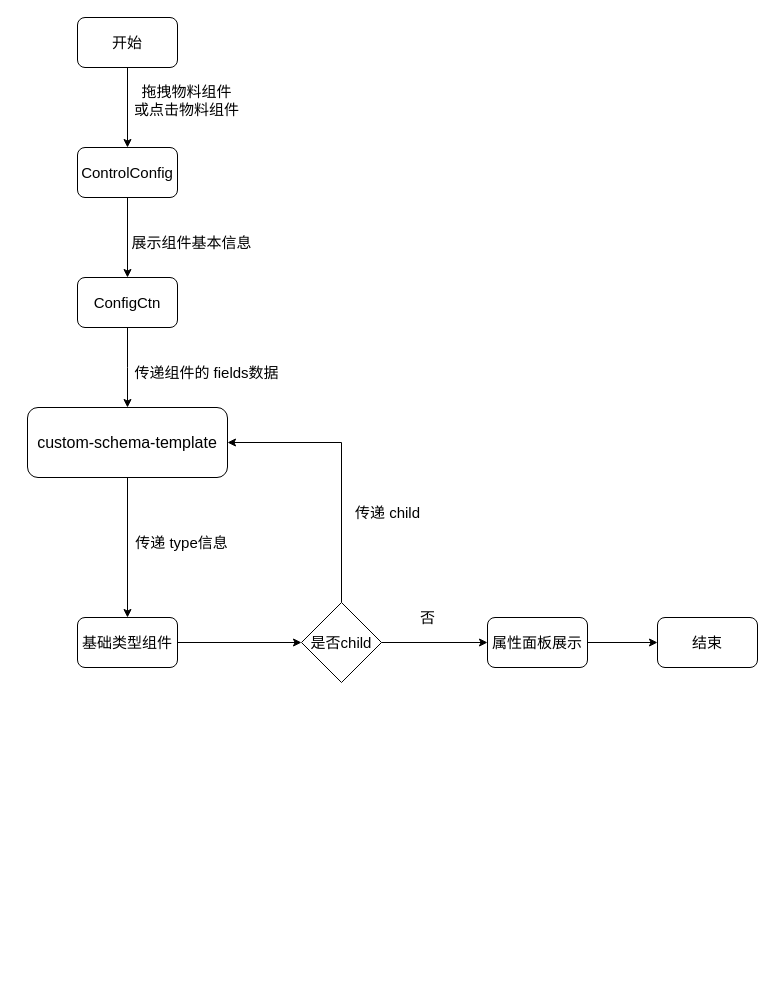
Before: 第五章/属性面板组件流程图.drawio in yuxinyu12345/diagrams, a draw.io diagram. Source tidied: cells renumbered, new cells numbered last; positions are measured from the earlier drawing's top-left corner, leaving out a move shared by most shapes. Both pictures are drawn from the tidied source at 100%, with x=0, y=0 at pixel (27, 17).
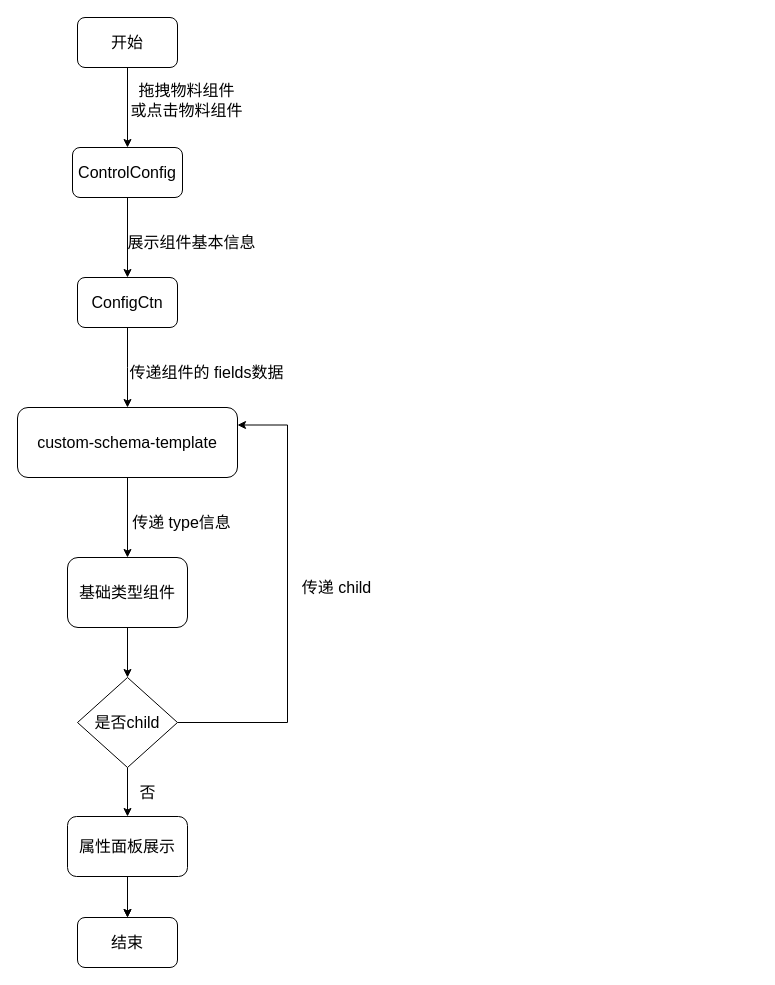
The same page after the edit.

Commit message:
更新属性面板组件流程图.drawio

Change to the diagram source:
```diff
@@
-    <mxCell id="2" style="edgeStyle=orthogonalEdgeStyle;rounded=0;jettySize=auto;html=1;fontSize=15;" parent="1" edge="1" source="3" target="5">
+    <mxCell id="2" style="edgeStyle=orthogonalEdgeStyle;rounded=0;jettySize=auto;html=1;fontSize=16;" parent="1" edge="1" source="3" target="5">
       <mxGeometry relative="1" as="geometry" />
     </mxCell>
-    <mxCell id="3" value="开始" style="rounded=1;whiteSpace=wrap;html=1;fontSize=15;" parent="1" vertex="1">
+    <mxCell id="3" value="开始" style="rounded=1;whiteSpace=wrap;html=1;fontSize=16;" parent="1" vertex="1">
       <mxGeometry x="50" width="100" height="50" as="geometry" />
     </mxCell>
-    <mxCell id="4" style="edgeStyle=orthogonalEdgeStyle;rounded=0;jettySize=auto;html=1;fontSize=15;" parent="1" edge="1" source="5" target="7">
+    <mxCell id="4" style="edgeStyle=orthogonalEdgeStyle;rounded=0;jettySize=auto;html=1;fontSize=16;" parent="1" edge="1" source="5" target="7">
       <mxGeometry relative="1" as="geometry" />
     </mxCell>
-    <mxCell id="5" value="ControlConfig" style="rounded=1;whiteSpace=wrap;html=1;fontSize=15;" parent="1" vertex="1">
-      <mxGeometry x="50" y="130" width="100" height="50" as="geometry" />
+    <mxCell id="5" value="ControlConfig" style="rounded=1;whiteSpace=wrap;html=1;fontSize=16;" parent="1" vertex="1">
+      <mxGeometry x="45" y="130" width="110" height="50" as="geometry" />
     </mxCell>
-    <mxCell id="6" style="edgeStyle=orthogonalEdgeStyle;rounded=0;jettySize=auto;html=1;fontSize=15;" parent="1" edge="1" source="7">
+    <mxCell id="6" style="edgeStyle=orthogonalEdgeStyle;rounded=0;jettySize=auto;html=1;fontSize=16;" parent="1" edge="1" source="7">
       <mxGeometry relative="1" as="geometry">
         <mxPoint x="100" y="390" as="targetPoint" />
       </mxGeometry>
     </mxCell>
-    <mxCell id="7" value="ConfigCtn" style="rounded=1;whiteSpace=wrap;html=1;fontSize=15;" parent="1" vertex="1">
+    <mxCell id="7" value="ConfigCtn" style="rounded=1;whiteSpace=wrap;html=1;fontSize=16;" parent="1" vertex="1">
       <mxGeometry x="50" y="260" width="100" height="50" as="geometry" />
     </mxCell>
-    <mxCell id="8" style="edgeStyle=orthogonalEdgeStyle;rounded=0;jettySize=auto;html=1;fontSize=15;" parent="1" edge="1" source="9" target="11">
+    <mxCell id="8" style="edgeStyle=orthogonalEdgeStyle;rounded=0;jettySize=auto;html=1;fontSize=16;" parent="1" edge="1" source="9" target="11">
       <mxGeometry relative="1" as="geometry" />
     </mxCell>
-    <mxCell id="9" value="&lt;p style=&quot;margin: 0pt 0pt 0.0001pt; text-align: justify; font-family: &amp;quot;Times New Roman&amp;quot;; font-size: 10.5pt;&quot; class=&quot;MsoNormal&quot;&gt;&lt;span style=&quot;font-family: &amp;quot;Times New Roman Regular&amp;quot;; font-size: 12pt;&quot;&gt;custom-schema-template&lt;/span&gt;&lt;/p&gt;" style="rounded=1;whiteSpace=wrap;html=1;fontSize=15;" parent="1" vertex="1">
-      <mxGeometry y="390" width="200" height="70" as="geometry" />
+    <mxCell id="9" value="&lt;p style=&quot;margin: 0pt 0pt 0.0001pt; text-align: justify; font-family: &amp;quot;Times New Roman&amp;quot;; font-size: 16px;&quot; class=&quot;MsoNormal&quot;&gt;&lt;span style=&quot;font-family: &amp;quot;Times New Roman Regular&amp;quot;; font-size: 16px;&quot;&gt;custom-schema-template&lt;/span&gt;&lt;/p&gt;" style="rounded=1;whiteSpace=wrap;html=1;fontSize=16;" parent="1" vertex="1">
+      <mxGeometry x="-10" y="390" width="220" height="70" as="geometry" />
     </mxCell>
-    <mxCell id="10" style="edgeStyle=orthogonalEdgeStyle;rounded=0;jettySize=auto;html=1;fontSize=15;" parent="1" edge="1" source="11" target="21">
+    <mxCell id="10" style="edgeStyle=orthogonalEdgeStyle;rounded=0;jettySize=auto;html=1;fontSize=16;" parent="1" edge="1" source="11" target="21">
       <mxGeometry relative="1" as="geometry" />
     </mxCell>
-    <mxCell id="11" value="基础类型组件" style="rounded=1;whiteSpace=wrap;html=1;fontSize=15;" parent="1" vertex="1">
-      <mxGeometry x="50" y="600" width="100" height="50" as="geometry" />
+    <mxCell id="11" value="基础类型组件" style="rounded=1;whiteSpace=wrap;html=1;fontSize=16;" parent="1" vertex="1">
+      <mxGeometry x="40" y="540" width="120" height="70" as="geometry" />
     </mxCell>
-    <mxCell id="12" style="edgeStyle=orthogonalEdgeStyle;rounded=0;jettySize=auto;html=1;fontSize=15;" parent="1" edge="1" source="13" target="14">
+    <mxCell id="12" style="edgeStyle=orthogonalEdgeStyle;rounded=0;jettySize=auto;html=1;fontSize=16;" parent="1" edge="1" source="13" target="14">
       <mxGeometry relative="1" as="geometry" />
     </mxCell>
+    <mxCell id="24" style="edgeStyle=orthogonalEdgeStyle;rounded=0;jettySize=auto;html=1;fontSize=16;" parent="1" edge="1" source="13" target="14">
+      <mxGeometry relative="1" as="geometry" />
+    </mxCell>
-    <mxCell id="13" value="属性面板展示" style="rounded=1;whiteSpace=wrap;html=1;fontSize=15;" parent="1" vertex="1">
-      <mxGeometry x="460" y="600" width="100" height="50" as="geometry" />
+    <mxCell id="13" value="属性面板展示" style="rounded=1;whiteSpace=wrap;html=1;fontSize=16;" parent="1" vertex="1">
+      <mxGeometry x="40" y="799" width="120" height="60" as="geometry" />
     </mxCell>
-    <mxCell id="14" value="结束" style="rounded=1;whiteSpace=wrap;html=1;fontSize=15;" parent="1" vertex="1">
-      <mxGeometry x="630" y="600" width="100" height="50" as="geometry" />
+    <mxCell id="14" value="结束" style="rounded=1;whiteSpace=wrap;html=1;fontSize=16;" parent="1" vertex="1">
+      <mxGeometry x="50" y="900" width="100" height="50" as="geometry" />
     </mxCell>
-    <mxCell id="15" value="拖拽物料组件&lt;br style=&quot;font-size: 15px;&quot;&gt;或点击物料组件" style="text;html=1;align=center;verticalAlign=middle;strokeColor=none;fillColor=none;fontSize=15;" parent="1" vertex="1">
-      <mxGeometry x="94" y="58" width="130" height="50" as="geometry" />
+    <mxCell id="15" value="拖拽物料组件&lt;br style=&quot;font-size: 16px;&quot;&gt;或点击物料组件" style="text;html=1;align=center;verticalAlign=middle;strokeColor=none;fillColor=none;fontSize=16;" parent="1" vertex="1">
+      <mxGeometry x="89" y="58" width="140" height="50" as="geometry" />
     </mxCell>
-    <mxCell id="16" value="展示组件基本信息" style="text;html=1;align=center;verticalAlign=middle;strokeColor=none;fillColor=none;fontSize=15;" parent="1" vertex="1">
-      <mxGeometry x="94" y="210" width="140" height="30" as="geometry" />
+    <mxCell id="16" value="展示组件基本信息" style="text;html=1;align=center;verticalAlign=middle;strokeColor=none;fillColor=none;fontSize=16;" parent="1" vertex="1">
+      <mxGeometry x="89" y="210" width="150" height="30" as="geometry" />
     </mxCell>
-    <mxCell id="17" value="传递组件的 fields数据" style="text;html=1;align=center;verticalAlign=middle;strokeColor=none;fillColor=none;fontSize=15;" parent="1" vertex="1">
-      <mxGeometry x="94" y="340" width="170" height="30" as="geometry" />
+    <mxCell id="17" value="传递组件的 fields数据" style="text;html=1;align=center;verticalAlign=middle;strokeColor=none;fillColor=none;fontSize=16;" parent="1" vertex="1">
+      <mxGeometry x="89" y="340" width="180" height="30" as="geometry" />
     </mxCell>
-    <mxCell id="18" value="传递 type信息" style="text;html=1;align=center;verticalAlign=middle;strokeColor=none;fillColor=none;fontSize=15;" parent="1" vertex="1">
-      <mxGeometry x="94" y="510" width="120" height="30" as="geometry" />
+    <mxCell id="18" value="传递 type信息" style="text;html=1;align=center;verticalAlign=middle;strokeColor=none;fillColor=none;fontSize=16;" parent="1" vertex="1">
+      <mxGeometry x="94" y="490" width="120" height="30" as="geometry" />
     </mxCell>
+    <mxCell id="20" style="edgeStyle=orthogonalEdgeStyle;rounded=0;jettySize=auto;html=1;fontSize=16;" parent="1" edge="1" source="21" target="13">
+      <mxGeometry relative="1" as="geometry" />
+    </mxCell>
-    <mxCell id="19" style="edgeStyle=orthogonalEdgeStyle;rounded=0;jettySize=auto;html=1;exitX=0.5;exitY=0;exitDx=0;exitDy=0;entryX=1;entryY=0.5;entryDx=0;entryDy=0;fontSize=15;" parent="1" edge="1" source="21" target="9">
-      <mxGeometry relative="1" as="geometry" />
+    <mxCell id="19" style="edgeStyle=orthogonalEdgeStyle;rounded=0;jettySize=auto;html=1;exitX=1;exitY=0.5;exitDx=0;exitDy=0;entryX=1;entryY=0.25;entryDx=0;entryDy=0;fontSize=16;" parent="1" edge="1" source="21" target="9">
+      <mxGeometry relative="1" as="geometry">
+        <Array as="points">
+          <mxPoint x="260" y="705" />
+          <mxPoint x="260" y="408" />
+        </Array>
+      </mxGeometry>
     </mxCell>
-    <mxCell id="20" style="edgeStyle=orthogonalEdgeStyle;rounded=0;jettySize=auto;html=1;fontSize=15;" parent="1" edge="1" source="21" target="13">
-      <mxGeometry relative="1" as="geometry" />
-    </mxCell>
-    <mxCell id="21" value="是否child" style="rhombus;whiteSpace=wrap;html=1;fontSize=15;" parent="1" vertex="1">
-      <mxGeometry x="274" y="585" width="80" height="80" as="geometry" />
+    <mxCell id="21" value="是否child" style="rhombus;whiteSpace=wrap;html=1;fontSize=16;" parent="1" vertex="1">
+      <mxGeometry x="50" y="660" width="100" height="90" as="geometry" />
     </mxCell>
-    <mxCell id="22" value="否" style="text;html=1;align=center;verticalAlign=middle;strokeColor=none;fillColor=none;fontSize=15;" parent="1" vertex="1">
-      <mxGeometry x="380" y="585" width="40" height="30" as="geometry" />
+    <mxCell id="22" value="否" style="text;html=1;align=center;verticalAlign=middle;strokeColor=none;fillColor=none;fontSize=16;" parent="1" vertex="1">
+      <mxGeometry x="100" y="760" width="40" height="30" as="geometry" />
     </mxCell>
-    <mxCell id="23" value="传递 child" style="text;html=1;align=center;verticalAlign=middle;strokeColor=none;fillColor=none;fontSize=15;" parent="1" vertex="1">
-      <mxGeometry x="315" y="480" width="90" height="30" as="geometry" />
+    <mxCell id="23" value="传递 child" style="text;html=1;align=center;verticalAlign=middle;strokeColor=none;fillColor=none;fontSize=16;" parent="1" vertex="1">
+      <mxGeometry x="264" y="555" width="90" height="30" as="geometry" />
     </mxCell>
+    <mxCell id="25" style="edgeStyle=orthogonalEdgeStyle;rounded=0;orthogonalLoop=1;jettySize=auto;html=1;exitX=0.5;exitY=1;exitDx=0;exitDy=0;" parent="1" edge="1" source="11" target="11">
+      <mxGeometry relative="1" as="geometry" />
+    </mxCell>
```
